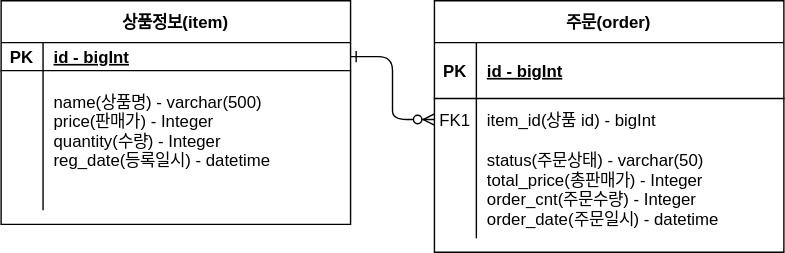
chaechaeyi/console_order_program keeps this draw.io diagram as document/#4 도메인설계하기.상품주문.svg. Above is the earlier version. Source tidied: cells renumbered, new cells last; positions are measured from the earlier drawing's top-left corner, leaving out a move shared by most shapes.
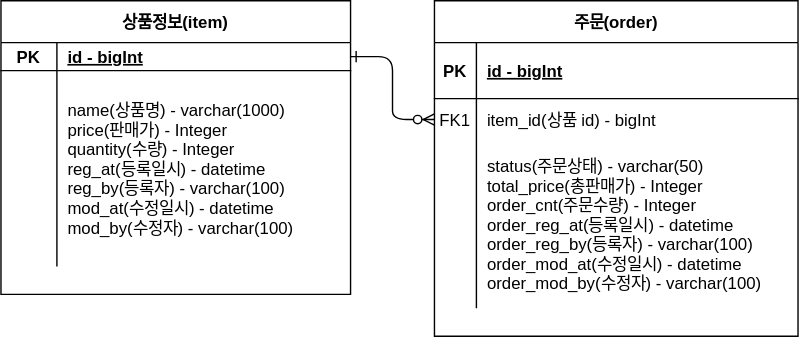
The same file after the commit.

Commit message:
#4 도메인설계하기.상품주문 erd 수정

What changed in the source:
```diff
@@ -6,55 +6,55 @@
       <mxGeometry relative="1" as="geometry" />
     </mxCell>
     <mxCell id="3" value="주문(order)" style="shape=table;startSize=30;rowLines=0;fontStyle=1;align=center;" parent="1" vertex="1">
-      <mxGeometry x="310" width="250" height="180" as="geometry" />
+      <mxGeometry x="310" width="260" height="240" as="geometry" />
     </mxCell>
     <mxCell id="4" style="shape=partialRectangle;fillColor=none;top=0;left=0;right=0;bottom=1;" parent="3" vertex="1">
-      <mxGeometry y="30" width="250" height="40" as="geometry" />
+      <mxGeometry y="30" width="260" height="40" as="geometry" />
     </mxCell>
     <mxCell id="5" value="PK" style="shape=partialRectangle;overflow=hidden;fillColor=none;top=0;left=0;bottom=0;right=0;fontStyle=1;" parent="4" vertex="1">
       <mxGeometry width="30" height="40" as="geometry" />
     </mxCell>
     <mxCell id="6" value="id - bigInt" style="shape=partialRectangle;overflow=hidden;fillColor=none;top=0;left=0;bottom=0;right=0;align=left;spacingLeft=6;fontStyle=5;" parent="4" vertex="1">
-      <mxGeometry x="30" width="220" height="40" as="geometry" />
+      <mxGeometry x="30" width="230" height="40" as="geometry" />
     </mxCell>
     <mxCell id="7" style="shape=partialRectangle;fillColor=none;points=[[0,0.5],[1,0.5]];portConstraint=eastwest;top=0;left=0;right=0;bottom=0;" parent="3" vertex="1">
-      <mxGeometry y="70" width="250" height="30" as="geometry" />
+      <mxGeometry y="70" width="260" height="30" as="geometry" />
     </mxCell>
     <mxCell id="8" value="FK1" style="shape=partialRectangle;overflow=hidden;fillColor=none;top=0;left=0;bottom=0;right=0;" parent="7" vertex="1">
       <mxGeometry width="30" height="30" as="geometry" />
     </mxCell>
     <mxCell id="9" value="item_id(상품 id) - bigInt" style="shape=partialRectangle;overflow=hidden;fillColor=none;top=0;left=0;bottom=0;right=0;align=left;spacingLeft=6;" parent="7" vertex="1">
-      <mxGeometry x="30" width="220" height="30" as="geometry" />
+      <mxGeometry x="30" width="230" height="30" as="geometry" />
     </mxCell>
     <mxCell id="10" style="shape=partialRectangle;fillColor=none;top=0;left=0;right=0;bottom=0;" parent="3" vertex="1">
-      <mxGeometry y="100" width="250" height="70" as="geometry" />
+      <mxGeometry y="100" width="260" height="120" as="geometry" />
     </mxCell>
     <mxCell id="11" style="shape=partialRectangle;overflow=hidden;fillColor=none;top=0;left=0;bottom=0;right=0;" parent="10" vertex="1">
-      <mxGeometry width="30" height="70" as="geometry" />
+      <mxGeometry width="30" height="120" as="geometry" />
     </mxCell>
-    <mxCell id="12" value="status(주문상태) - varchar(50)&#10;total_price(총판매가) - Integer&#10;order_cnt(주문수량) - Integer&#10;order_date(주문일시) - datetime" style="shape=partialRectangle;overflow=hidden;fillColor=none;top=0;left=0;bottom=0;right=0;align=left;spacingLeft=6;" parent="10" vertex="1">
-      <mxGeometry x="30" width="220" height="70" as="geometry" />
+    <mxCell id="12" value="status(주문상태) - varchar(50)&#10;total_price(총판매가) - Integer&#10;order_cnt(주문수량) - Integer&#10;order_reg_at(등록일시) - datetime&#10;order_reg_by(등록자) - varchar(100) &#10;order_mod_at(수정일시) - datetime&#10;order_mod_by(수정자) - varchar(100)" style="shape=partialRectangle;overflow=hidden;fillColor=none;top=0;left=0;bottom=0;right=0;align=left;spacingLeft=6;" parent="10" vertex="1">
+      <mxGeometry x="30" width="230" height="120" as="geometry" />
     </mxCell>
     <mxCell id="13" value="상품정보(item)" style="shape=table;startSize=30;rowLines=0;fontStyle=1;align=center;" parent="1" vertex="1">
-      <mxGeometry width="250" height="160" as="geometry" />
+      <mxGeometry width="250" height="210" as="geometry" />
     </mxCell>
     <mxCell id="14" style="shape=partialRectangle;fillColor=none;points=[[0,0.5],[1,0.5]];portConstraint=eastwest;top=0;left=0;right=0;bottom=1;" parent="13" vertex="1">
       <mxGeometry y="30" width="250" height="20" as="geometry" />
     </mxCell>
     <mxCell id="15" value="PK" style="shape=partialRectangle;overflow=hidden;fillColor=none;top=0;left=0;bottom=0;right=0;fontStyle=1;" parent="14" vertex="1">
-      <mxGeometry width="30" height="20" as="geometry" />
+      <mxGeometry width="40" height="20" as="geometry" />
     </mxCell>
     <mxCell id="16" value="id - bigInt" style="shape=partialRectangle;overflow=hidden;fillColor=none;top=0;left=0;bottom=0;right=0;align=left;spacingLeft=6;fontStyle=5;" parent="14" vertex="1">
-      <mxGeometry x="30" width="220" height="20" as="geometry" />
+      <mxGeometry x="40" width="210" height="20" as="geometry" />
     </mxCell>
     <mxCell id="17" style="shape=partialRectangle;fillColor=none;top=0;left=0;right=0;bottom=0;" parent="13" vertex="1">
-      <mxGeometry y="50" width="250" height="100" as="geometry" />
+      <mxGeometry y="50" width="250" height="140" as="geometry" />
     </mxCell>
     <mxCell id="18" style="shape=partialRectangle;overflow=hidden;fillColor=none;top=0;left=0;bottom=0;right=0;" parent="17" vertex="1">
-      <mxGeometry width="30" height="100" as="geometry" />
+      <mxGeometry width="40" height="140" as="geometry" />
     </mxCell>
-    <mxCell id="19" value="&#10;name(상품명) - varchar(500)  &#10;price(판매가) - Integer&#10;quantity(수량) - Integer&#10;reg_date(등록일시) - datetime&#10;&#10;" style="shape=partialRectangle;overflow=hidden;fillColor=none;top=0;left=0;bottom=0;right=0;align=left;spacingLeft=6;" parent="17" vertex="1">
-      <mxGeometry x="30" width="220" height="100" as="geometry" />
+    <mxCell id="19" value="name(상품명) - varchar(1000)  &#10;price(판매가) - Integer&#10;quantity(수량) - Integer&#10;reg_at(등록일시) - datetime&#10;reg_by(등록자) - varchar(100) &#10;mod_at(수정일시) - datetime&#10;mod_by(수정자) - varchar(100)" style="shape=partialRectangle;overflow=hidden;fillColor=none;top=0;left=0;bottom=0;right=0;align=left;spacingLeft=6;" parent="17" vertex="1">
+      <mxGeometry x="40" width="210" height="140" as="geometry" />
     </mxCell>
   </root>
 </mxGraphModel>
```
